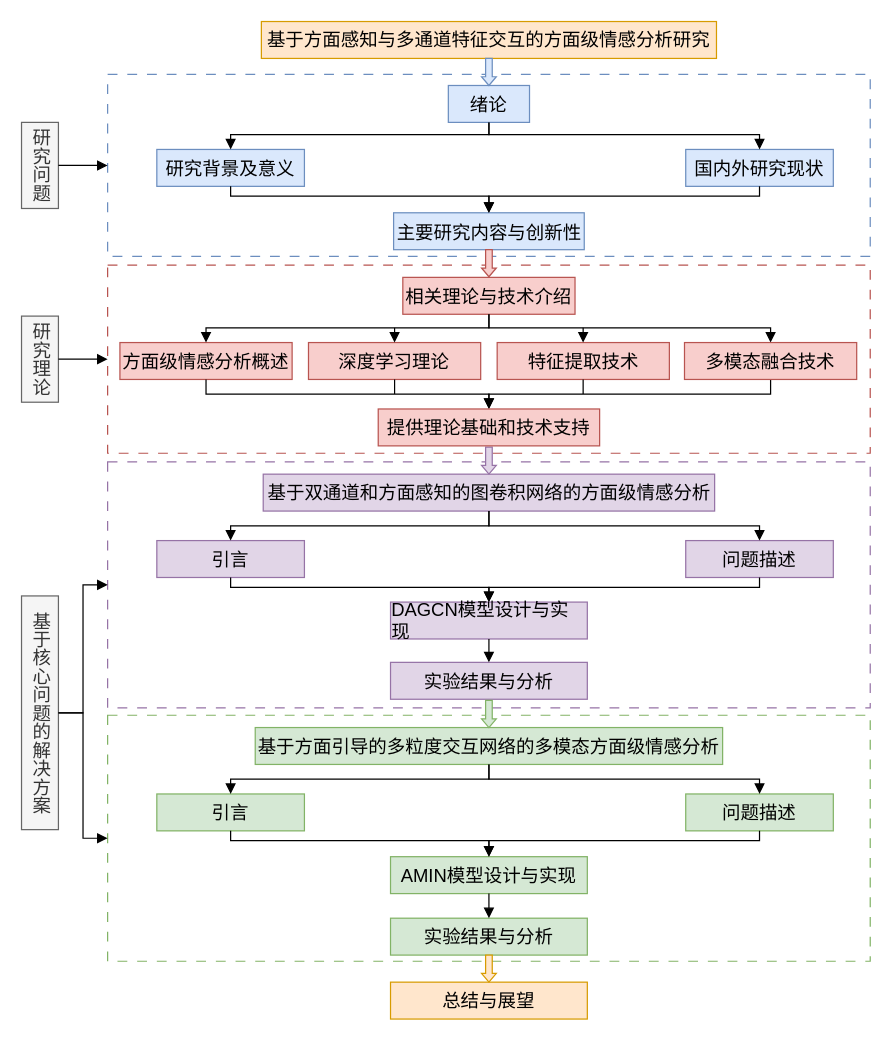
Above: machine-learning/organizationStructure.drawio in zhaicao/images (draw.io), before the change. Source tidied: cells renumbered, new cells numbered last; positions are measured from the earlier drawing's top-left corner, leaving out a move shared by most shapes. Both pictures are drawn from the tidied source at 123%, with x=0, y=0 at pixel (21, 21).
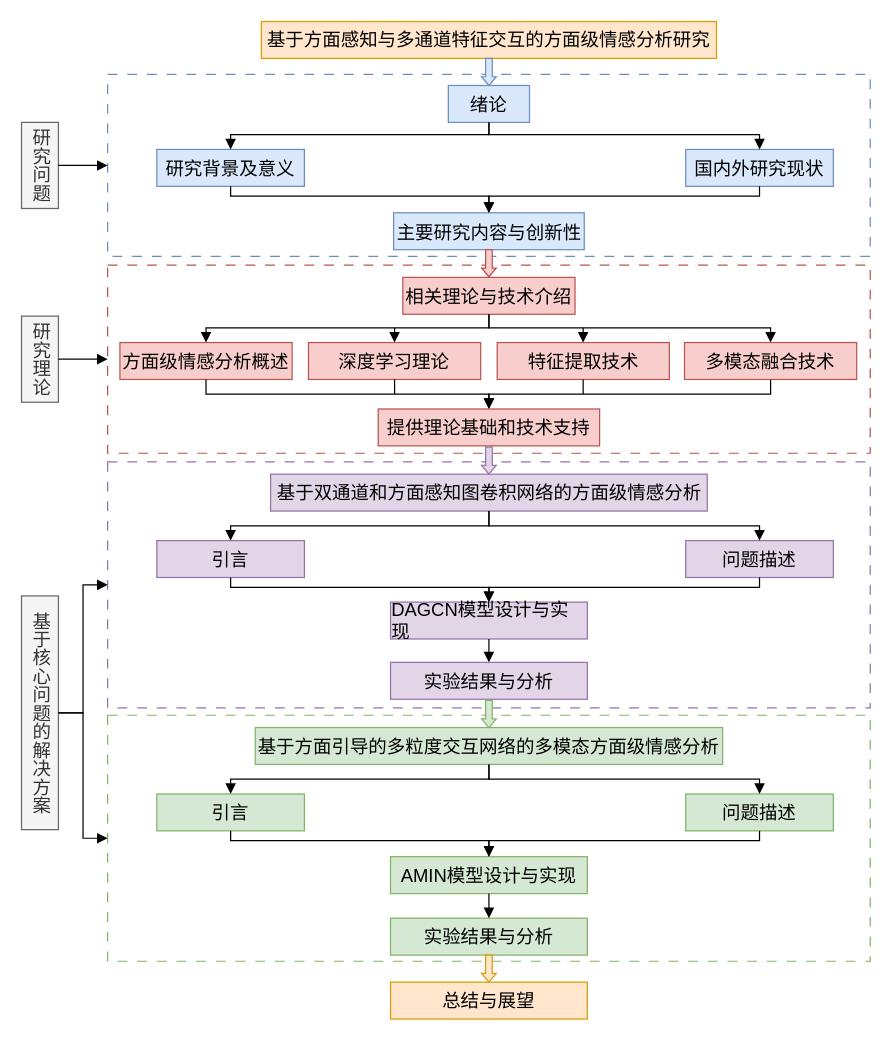
The same diagram, later.

Diff of the diagram source:
```diff
@@
-    <mxCell id="14" value="&lt;div style=&quot;text-align: left;&quot;&gt;&lt;span style=&quot;background-color: transparent; color: light-dark(rgb(0, 0, 0), rgb(255, 255, 255));&quot;&gt;&lt;font face=&quot;黑体&quot;&gt;基于双通道和方面感知的图卷积网络的方面级情感分析&lt;/font&gt;&lt;/span&gt;&lt;/div&gt;" style="rounded=0;whiteSpace=wrap;html=1;fontSize=15;fillColor=#e1d5e7;strokeColor=#9673a6;" parent="1" vertex="1">
-      <mxGeometry x="196.5" y="368" width="367" height="30" as="geometry" />
+    <mxCell id="14" value="&lt;div style=&quot;text-align: left;&quot;&gt;&lt;span style=&quot;background-color: transparent; color: light-dark(rgb(0, 0, 0), rgb(255, 255, 255));&quot;&gt;&lt;font face=&quot;黑体&quot;&gt;基于双通道和方面感知图卷积网络的方面级情感分析&lt;/font&gt;&lt;/span&gt;&lt;/div&gt;" style="rounded=0;whiteSpace=wrap;html=1;fontSize=15;fillColor=#e1d5e7;strokeColor=#9673a6;" parent="1" vertex="1">
+      <mxGeometry x="202.5" y="368" width="355" height="30" as="geometry" />
     </mxCell>
```
